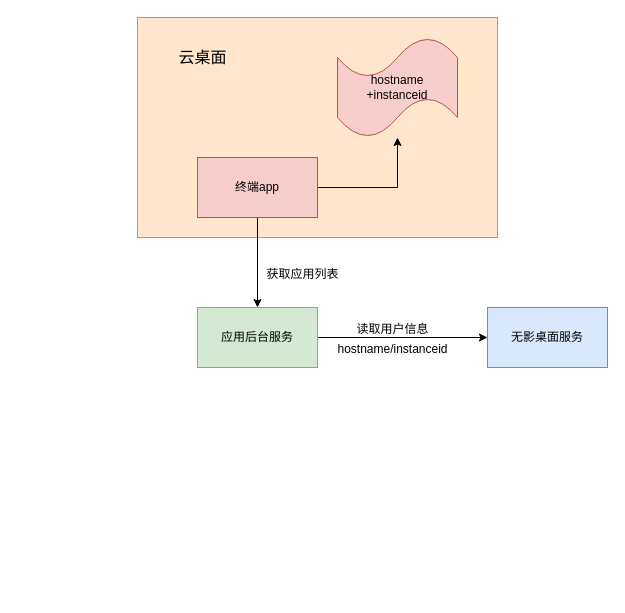
Before: dmuser.drawio in chenkangzeng/appstreaming, a draw.io diagram. Source tidied: cells renumbered, new cells numbered last; positions are measured from the earlier drawing's top-left corner, leaving out a move shared by most shapes. Both pictures are drawn from the tidied source at 100%, with x=0, y=0 at pixel (137, 17).
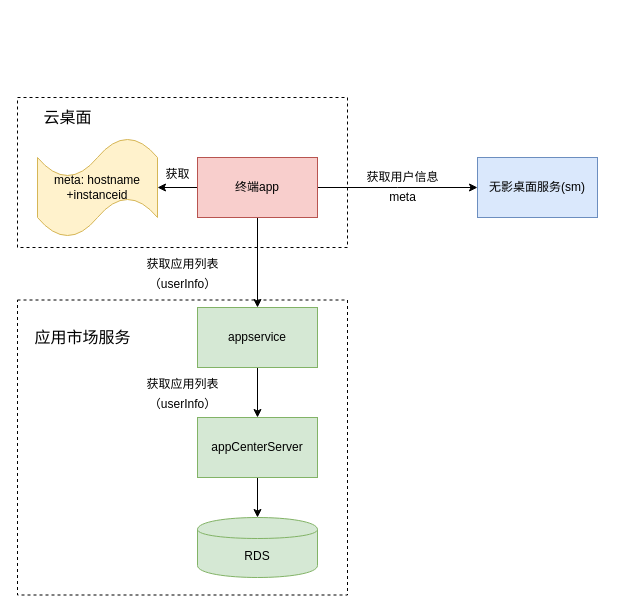
The same page after the edit.

Unchanged cells that the change refers to:
```xml
<mxCell id="5" value="终端app" style="rounded=0;whiteSpace=wrap;html=1;fillColor=#f8cecc;strokeColor=#b85450;" parent="1" vertex="1">
  <mxGeometry x="60" y="140" width="120" height="60" as="geometry" />
</mxCell>
```

Change to the diagram source:
```diff
@@
+    <mxCell id="13" style="rounded=0;whiteSpace=wrap;html=1;dashed=1;" parent="1" vertex="1">
+      <mxGeometry x="-120" y="282.5" width="330" height="295" as="geometry" />
+    </mxCell>
-    <mxCell id="2" style="rounded=0;whiteSpace=wrap;html=1;fillColor=#ffe6cc;strokeColor=#d79b00;" parent="1" vertex="1">
-      <mxGeometry width="360" height="220" as="geometry" />
+    <mxCell id="2" style="rounded=0;whiteSpace=wrap;html=1;dashed=1;" parent="1" vertex="1">
+      <mxGeometry x="-120" y="80" width="330" height="150" as="geometry" />
     </mxCell>
+    <mxCell id="4" style="edgeStyle=orthogonalEdgeStyle;rounded=0;jettySize=auto;html=1;" parent="1" edge="1" source="5" target="9">
+      <mxGeometry relative="1" as="geometry" />
+    </mxCell>
+    <mxCell id="14" style="edgeStyle=orthogonalEdgeStyle;rounded=0;jettySize=auto;html=1;fontSize=16;" parent="1" edge="1" source="5">
+      <mxGeometry relative="1" as="geometry">
+        <mxPoint x="340" y="170" as="targetPoint" />
+      </mxGeometry>
+    </mxCell>
-    <mxCell id="3" style="edgeStyle=orthogonalEdgeStyle;rounded=0;jettySize=auto;html=1;" parent="1" edge="1" source="5" target="6">
+    <mxCell id="3" style="edgeStyle=orthogonalEdgeStyle;rounded=0;jettySize=auto;html=1;fontSize=12;" parent="1" edge="1" source="5" target="6">
       <mxGeometry relative="1" as="geometry" />
     </mxCell>
-    <mxCell id="4" style="edgeStyle=orthogonalEdgeStyle;rounded=0;jettySize=auto;html=1;" parent="1" edge="1" source="5" target="9">
-      <mxGeometry relative="1" as="geometry" />
-    </mxCell>
@@
-    <mxCell id="6" value="hostname&lt;br&gt;+instanceid" style="shape=tape;whiteSpace=wrap;html=1;fillColor=#f8cecc;strokeColor=#b85450;" parent="1" vertex="1">
-      <mxGeometry x="200" y="20" width="120" height="100" as="geometry" />
+    <mxCell id="6" value="meta: hostname&lt;br&gt;+instanceid" style="shape=tape;whiteSpace=wrap;html=1;fillColor=#fff2cc;strokeColor=#d6b656;" parent="1" vertex="1">
+      <mxGeometry x="-100" y="120" width="120" height="100" as="geometry" />
     </mxCell>
-    <mxCell id="7" value="无影桌面服务" style="whiteSpace=wrap;html=1;rounded=0;fillColor=#dae8fc;strokeColor=#6c8ebf;" parent="1" vertex="1">
-      <mxGeometry x="350" y="290" width="120" height="60" as="geometry" />
+    <mxCell id="7" value="无影桌面服务(sm)" style="whiteSpace=wrap;html=1;rounded=0;fillColor=#dae8fc;strokeColor=#6c8ebf;" parent="1" vertex="1">
+      <mxGeometry x="340" y="140" width="120" height="60" as="geometry" />
     </mxCell>
-    <mxCell id="8" style="edgeStyle=orthogonalEdgeStyle;rounded=0;jettySize=auto;html=1;fontSize=16;entryX=0;entryY=0.5;entryDx=0;entryDy=0;" parent="1" edge="1" source="9" target="7">
-      <mxGeometry relative="1" as="geometry" />
-    </mxCell>
+    <mxCell id="15" style="edgeStyle=orthogonalEdgeStyle;rounded=0;jettySize=auto;html=1;fontSize=16;" parent="1" edge="1" source="9" target="17">
+      <mxGeometry relative="1" as="geometry" />
+    </mxCell>
-    <mxCell id="9" value="应用后台服务" style="rounded=0;whiteSpace=wrap;html=1;fillColor=#d5e8d4;strokeColor=#82b366;" parent="1" vertex="1">
+    <mxCell id="9" value="appservice" style="rounded=0;whiteSpace=wrap;html=1;fillColor=#d5e8d4;strokeColor=#82b366;" parent="1" vertex="1">
       <mxGeometry x="60" y="290" width="120" height="60" as="geometry" />
     </mxCell>
     <mxCell id="10" value="云桌面" style="text;html=1;align=center;verticalAlign=middle;strokeColor=none;fontSize=16;" parent="1" vertex="1">
-      <mxGeometry x="35" y="30" width="60" height="20" as="geometry" />
+      <mxGeometry x="-100" y="90" width="60" height="20" as="geometry" />
     </mxCell>
-    <mxCell id="11" value="&lt;font style=&quot;font-size: 12px&quot;&gt;获取应用列表&lt;/font&gt;" style="text;html=1;align=center;verticalAlign=middle;strokeColor=none;fontSize=16;" parent="1" vertex="1">
-      <mxGeometry x="120" y="240" width="90" height="30" as="geometry" />
+    <mxCell id="11" value="&lt;span style=&quot;font-size: 12px&quot;&gt;获取应用列表&lt;br&gt;（userInfo）&lt;/span&gt;" style="text;html=1;align=center;verticalAlign=middle;strokeColor=none;fontSize=16;" parent="1" vertex="1">
+      <mxGeometry y="230" width="90" height="50" as="geometry" />
     </mxCell>
-    <mxCell id="12" value="&lt;font style=&quot;font-size: 12px&quot;&gt;读取用户信息&lt;br&gt;hostname/instanceid&lt;br&gt;&lt;/font&gt;" style="text;html=1;align=center;verticalAlign=middle;strokeColor=none;fontSize=16;" parent="1" vertex="1">
-      <mxGeometry x="190" y="295" width="130" height="50" as="geometry" />
-    </mxCell>
+    <mxCell id="16" style="edgeStyle=orthogonalEdgeStyle;rounded=0;jettySize=auto;html=1;fontSize=16;" parent="1" edge="1" source="17" target="19">
+      <mxGeometry relative="1" as="geometry" />
+    </mxCell>
+    <mxCell id="17" value="appCenterServer" style="rounded=0;whiteSpace=wrap;html=1;fillColor=#d5e8d4;strokeColor=#82b366;" parent="1" vertex="1">
+      <mxGeometry x="60" y="400" width="120" height="60" as="geometry" />
+    </mxCell>
+    <mxCell id="18" value="&lt;span style=&quot;font-size: 12px&quot;&gt;获取&lt;/span&gt;" style="text;html=1;align=center;verticalAlign=middle;strokeColor=none;fontSize=16;" parent="1" vertex="1">
+      <mxGeometry x="20" y="140" width="40" height="30" as="geometry" />
+    </mxCell>
+    <mxCell id="19" value="RDS" style="shape=cylinder;whiteSpace=wrap;html=1;boundedLbl=1;backgroundOutline=1;rounded=0;strokeColor=#82b366;fillColor=#d5e8d4;" parent="1" vertex="1">
+      <mxGeometry x="60" y="500" width="120" height="60" as="geometry" />
+    </mxCell>
+    <mxCell id="20" value="&lt;span style=&quot;font-size: 12px&quot;&gt;获取应用列表&lt;br&gt;（userInfo）&lt;/span&gt;" style="text;html=1;align=center;verticalAlign=middle;strokeColor=none;fontSize=16;" parent="1" vertex="1">
+      <mxGeometry y="350" width="90" height="50" as="geometry" />
+    </mxCell>
+    <mxCell id="21" value="应用市场服务" style="text;html=1;align=center;verticalAlign=middle;strokeColor=none;fontSize=16;" parent="1" vertex="1">
+      <mxGeometry x="-110" y="310" width="110" height="20" as="geometry" />
+    </mxCell>
+    <mxCell id="22" value="获取用户信息" style="text;html=1;align=center;verticalAlign=middle;strokeColor=none;fontSize=12;" parent="1" vertex="1">
+      <mxGeometry x="220" y="150" width="90" height="20" as="geometry" />
+    </mxCell>
+    <mxCell id="23" value="meta" style="text;html=1;align=center;verticalAlign=middle;strokeColor=none;fontSize=12;" parent="1" vertex="1">
+      <mxGeometry x="245" y="170" width="40" height="20" as="geometry" />
+    </mxCell>
```
